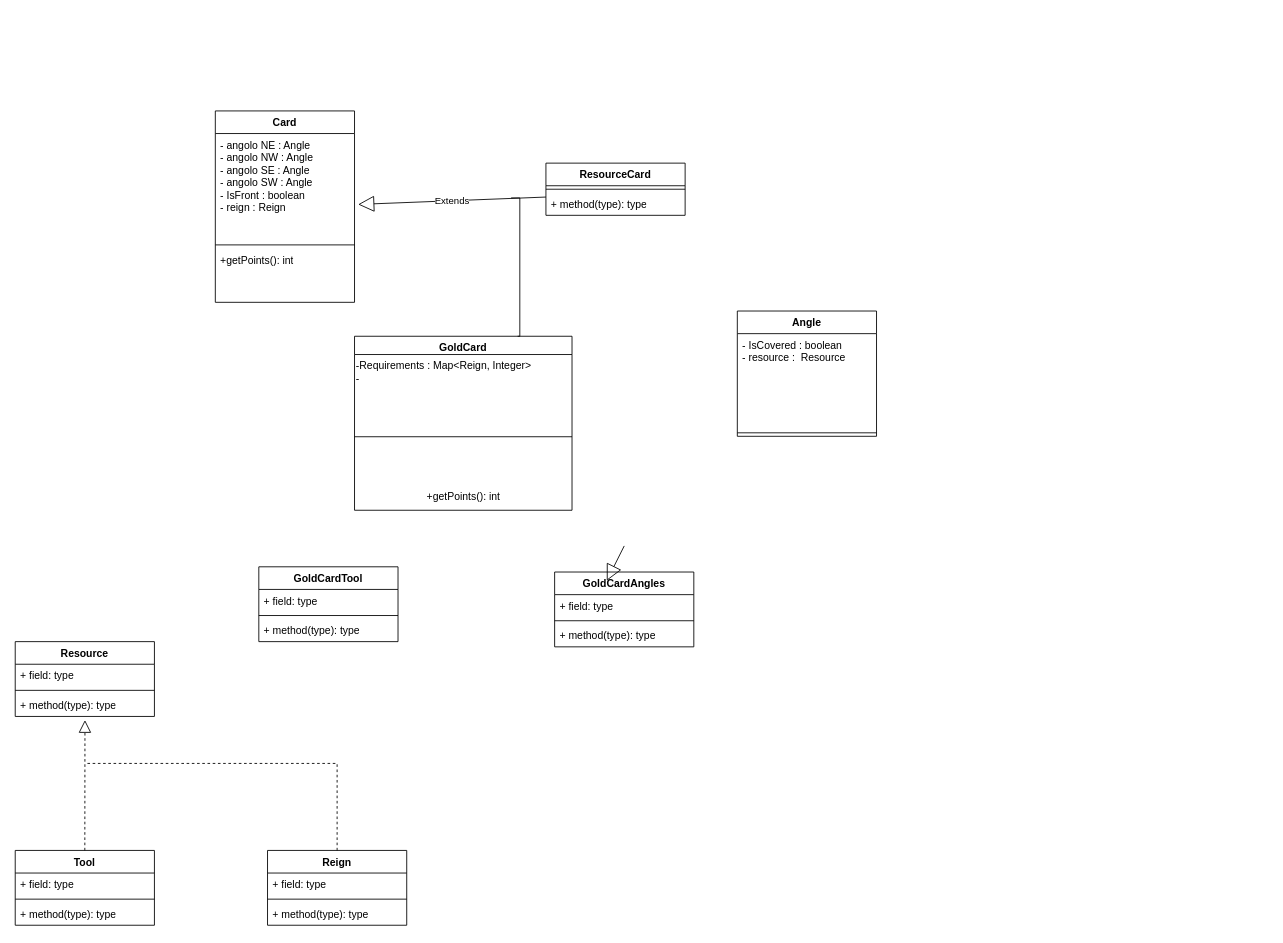
Earlier version of the draw.io diagram Diagramma senza titolo.drawio (MaximilianMangosi/ing-sw-2024-Mangosi-Laguardia-Lapi-Mattina). Source tidied: cells renumbered, new cells numbered last; positions are measured from the earlier drawing's top-left corner, leaving out a move shared by most shapes. Both pictures are drawn from the tidied source at 87%, with x=0, y=0 at pixel (15, 110).
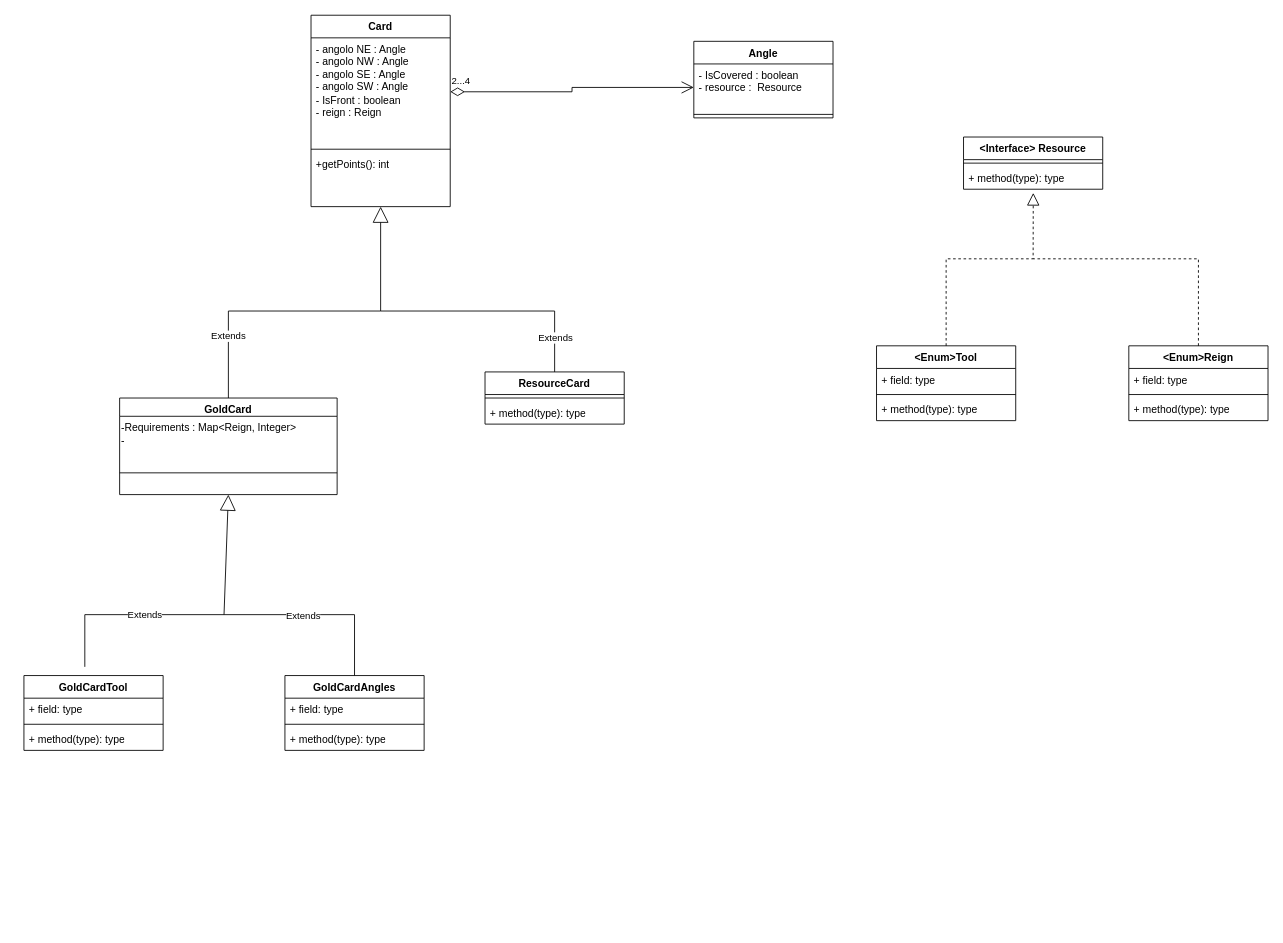
Above is the later version.

The change refers to these unchanged cells:
```xml
<mxCell id="3" value="- angolo NE : Angle&lt;div&gt;- angolo NW : Angle&lt;/div&gt;&lt;div&gt;- angolo SE : Angle&lt;/div&gt;&lt;div&gt;- angolo SW : Angle&lt;/div&gt;&lt;div&gt;- IsFront : boolean&lt;/div&gt;&lt;div&gt;- reign : Reign&lt;/div&gt;&lt;div&gt;&lt;br&gt;&lt;/div&gt;" style="text;strokeColor=none;fillColor=none;align=left;verticalAlign=top;spacingLeft=4;spacingRight=4;overflow=hidden;points=[[0,0.5],[1,0.5]];portConstraint=eastwest;whiteSpace=wrap;html=1;" parent="2" vertex="1">
  <mxGeometry y="26" width="160" height="124" as="geometry" />
</mxCell>
```

The edit, as a diff of the source:
```diff
@@
     <mxCell id="2" value="Card" style="swimlane;fontStyle=1;align=center;verticalAlign=top;horizontal=1;startSize=26;whiteSpace=wrap;html=1;" parent="1" vertex="1">
-      <mxGeometry x="230" width="160" height="220" as="geometry" />
+      <mxGeometry x="340" y="-110" width="160" height="220" as="geometry" />
     </mxCell>
@@
     <mxCell id="6" value="Angle" style="swimlane;fontStyle=1;align=center;verticalAlign=top;horizontal=1;startSize=26;whiteSpace=wrap;html=1;" parent="1" vertex="1">
-      <mxGeometry x="830" y="230" width="160" height="144" as="geometry" />
+      <mxGeometry x="780" y="-80" width="160" height="88" as="geometry" />
     </mxCell>
     <mxCell id="7" value="&lt;div&gt;- IsCovered : boolean&lt;/div&gt;&lt;div&gt;- resource :&amp;nbsp; Resource&lt;/div&gt;&lt;div&gt;&lt;br&gt;&lt;/div&gt;" style="text;strokeColor=none;fillColor=none;align=left;verticalAlign=top;spacingLeft=4;spacingRight=4;overflow=hidden;points=[[0,0.5],[1,0.5]];portConstraint=eastwest;whiteSpace=wrap;html=1;" parent="6" vertex="1">
-      <mxGeometry y="26" width="160" height="110" as="geometry" />
+      <mxGeometry y="26" width="160" height="54" as="geometry" />
     </mxCell>
     <mxCell id="8" style="line;strokeWidth=1;fillColor=none;align=left;verticalAlign=middle;spacingTop=-1;spacingLeft=3;spacingRight=3;labelPosition=right;strokeColor=inherit;" parent="6" vertex="1">
-      <mxGeometry y="136" width="160" height="8" as="geometry" />
+      <mxGeometry y="80" width="160" height="8" as="geometry" />
     </mxCell>
-    <mxCell id="9" value="Resource" style="swimlane;fontStyle=1;align=center;verticalAlign=top;horizontal=1;startSize=26;whiteSpace=wrap;html=1;" parent="1" vertex="1">
-      <mxGeometry y="610" width="160" height="86" as="geometry" />
+    <mxCell id="9" value="&amp;lt;Interface&amp;gt; Resource" style="swimlane;fontStyle=1;align=center;verticalAlign=top;horizontal=1;startSize=26;whiteSpace=wrap;html=1;" parent="1" vertex="1">
+      <mxGeometry x="1090" y="30" width="160" height="60" as="geometry" />
     </mxCell>
-    <mxCell id="10" value="+ field: type" style="text;strokeColor=none;fillColor=none;align=left;verticalAlign=top;spacingLeft=4;spacingRight=4;overflow=hidden;whiteSpace=wrap;html=1;" parent="9" vertex="1">
-      <mxGeometry y="26" width="160" height="26" as="geometry" />
-    </mxCell>
     <mxCell id="11" style="line;strokeWidth=1;fillColor=none;align=left;verticalAlign=middle;spacingTop=-1;spacingLeft=3;spacingRight=3;labelPosition=right;strokeColor=inherit;" parent="9" vertex="1">
-      <mxGeometry y="52" width="160" height="8" as="geometry" />
+      <mxGeometry y="26" width="160" height="8" as="geometry" />
     </mxCell>
     <mxCell id="12" value="+ method(type): type" style="text;strokeColor=none;fillColor=none;align=left;verticalAlign=top;spacingLeft=4;spacingRight=4;overflow=hidden;points=[[0,0.5],[1,0.5]];portConstraint=eastwest;whiteSpace=wrap;html=1;" parent="9" vertex="1">
-      <mxGeometry y="60" width="160" height="26" as="geometry" />
+      <mxGeometry y="34" width="160" height="26" as="geometry" />
     </mxCell>
-    <mxCell id="13" value="Tool" style="swimlane;fontStyle=1;align=center;verticalAlign=top;horizontal=1;startSize=26;whiteSpace=wrap;html=1;" parent="1" vertex="1">
-      <mxGeometry y="850" width="160" height="86" as="geometry" />
+    <mxCell id="13" value="&amp;lt;Enum&amp;gt;Tool" style="swimlane;fontStyle=1;align=center;verticalAlign=top;horizontal=1;startSize=26;whiteSpace=wrap;html=1;" parent="1" vertex="1">
+      <mxGeometry x="990" y="270" width="160" height="86" as="geometry" />
     </mxCell>
@@
     <mxCell id="17" style="endArrow=block;dashed=1;endFill=0;endSize=12;html=1;rounded=0;entryX=0.501;entryY=1.162;entryDx=0;entryDy=0;entryPerimeter=0;exitX=0.5;exitY=0;exitDx=0;exitDy=0;" parent="1" edge="1" source="13" target="12">
-      <mxGeometry relative="1" as="geometry" />
+      <mxGeometry relative="1" as="geometry">
+        <Array as="points">
+          <mxPoint x="1070" y="170" />
+          <mxPoint x="1170" y="170" />
+        </Array>
+      </mxGeometry>
     </mxCell>
-    <mxCell id="18" value="Reign" style="swimlane;fontStyle=1;align=center;verticalAlign=top;horizontal=1;startSize=26;whiteSpace=wrap;html=1;" parent="1" vertex="1">
-      <mxGeometry x="290" y="850" width="160" height="86" as="geometry" />
+    <mxCell id="18" value="&amp;lt;Enum&amp;gt;Reign" style="swimlane;fontStyle=1;align=center;verticalAlign=top;horizontal=1;startSize=26;whiteSpace=wrap;html=1;" parent="1" vertex="1">
+      <mxGeometry x="1280" y="270" width="160" height="86" as="geometry" />
     </mxCell>
@@
     <mxCell id="22" value="GoldCard" style="swimlane;fontStyle=1;align=center;verticalAlign=top;horizontal=1;startSize=21;whiteSpace=wrap;html=1;" parent="1" vertex="1">
-      <mxGeometry x="390" y="259" width="250" height="200" as="geometry" />
+      <mxGeometry x="120" y="330" width="250" height="111" as="geometry" />
     </mxCell>
@@
     <mxCell id="24" style="line;strokeWidth=1;fillColor=none;align=left;verticalAlign=middle;spacingTop=-1;spacingLeft=3;spacingRight=3;labelPosition=right;strokeColor=inherit;" parent="22" vertex="1">
-      <mxGeometry y="61" width="250" height="109" as="geometry" />
+      <mxGeometry y="61" width="250" height="50" as="geometry" />
     </mxCell>
-    <mxCell id="25" value="+getPoints(): int" style="text;html=1;align=center;verticalAlign=middle;strokeColor=none;fillColor=none;" parent="22" vertex="1">
-      <mxGeometry y="170" width="250" height="30" as="geometry" />
-    </mxCell>
     <mxCell id="26" value="ResourceCard" style="swimlane;fontStyle=1;align=center;verticalAlign=top;horizontal=1;startSize=26;whiteSpace=wrap;html=1;" parent="1" vertex="1">
-      <mxGeometry x="610" y="60" width="160" height="60" as="geometry" />
+      <mxGeometry x="540" y="300" width="160" height="60" as="geometry" />
     </mxCell>
@@
-    <mxCell id="29" value="Extends" style="endArrow=block;endSize=16;endFill=0;html=1;rounded=0;entryX=1.026;entryY=0.657;entryDx=0;entryDy=0;entryPerimeter=0;exitX=0;exitY=0.5;exitDx=0;exitDy=0;" parent="1" edge="1" target="3">
-      <mxGeometry relative="1" as="geometry">
-        <mxPoint x="610" y="99" as="sourcePoint" />
+    <mxCell id="29" value="Extends" style="endArrow=block;endSize=16;endFill=0;html=1;rounded=0;entryX=0.5;entryY=1;entryDx=0;entryDy=0;exitX=0.5;exitY=0;exitDx=0;exitDy=0;" parent="1" edge="1" source="22" target="2">
+      <mxGeometry x="-0.64" relative="1" as="geometry">
+        <Array as="points">
+          <mxPoint x="245" y="230" />
+          <mxPoint x="420" y="230" />
+        </Array>
       </mxGeometry>
     </mxCell>
-    <mxCell id="30" style="endArrow=none;html=1;edgeStyle=orthogonalEdgeStyle;rounded=0;entryX=0.75;entryY=0;entryDx=0;entryDy=0;" parent="1" edge="1" target="22">
-      <mxGeometry relative="1" as="geometry">
-        <mxPoint x="570" y="100" as="sourcePoint" />
-        <Array as="points">
-          <mxPoint x="580" y="100" />
-          <mxPoint x="580" y="259" />
-        </Array>
-      </mxGeometry>
-    </mxCell>
     <mxCell id="31" style="endArrow=none;dashed=1;html=1;rounded=0;exitX=0.5;exitY=0;exitDx=0;exitDy=0;" parent="1" edge="1" source="18">
       <mxGeometry relative="1" as="geometry">
-        <mxPoint x="80" y="750" as="targetPoint" />
+        <mxPoint x="1170" y="170" as="targetPoint" />
         <Array as="points">
-          <mxPoint x="370" y="750" />
+          <mxPoint x="1360" y="170" />
         </Array>
       </mxGeometry>
     </mxCell>
     <mxCell id="32" value="GoldCardTool" style="swimlane;fontStyle=1;align=center;verticalAlign=top;horizontal=1;startSize=26;whiteSpace=wrap;html=1;" parent="1" vertex="1">
-      <mxGeometry x="280" y="524" width="160" height="86" as="geometry" />
+      <mxGeometry x="10" y="649" width="160" height="86" as="geometry" />
     </mxCell>
@@
     <mxCell id="36" value="GoldCardAngles" style="swimlane;fontStyle=1;align=center;verticalAlign=top;horizontal=1;startSize=26;whiteSpace=wrap;html=1;" parent="1" vertex="1">
-      <mxGeometry x="620" y="530" width="160" height="86" as="geometry" />
+      <mxGeometry x="310" y="649" width="160" height="86" as="geometry" />
     </mxCell>
@@
-    <mxCell id="40" style="endArrow=block;endSize=16;endFill=0;html=1;rounded=0;entryX=0.516;entryY=1.067;entryDx=0;entryDy=0;entryPerimeter=0;" parent="1" edge="1">
-      <mxGeometry x="0.24" y="35" relative="1" as="geometry">
-        <mxPoint x="700" y="500" as="sourcePoint" />
-        <mxPoint x="680" y="540" as="targetPoint" />
-      </mxGeometry>
-    </mxCell>
+    <mxCell id="41" style="endArrow=none;html=1;rounded=0;entryX=0.5;entryY=0;entryDx=0;entryDy=0;" parent="1" edge="1" target="26">
+      <mxGeometry relative="1" as="geometry">
+        <mxPoint x="420" y="230" as="sourcePoint" />
+        <Array as="points">
+          <mxPoint x="620" y="230" />
+        </Array>
+      </mxGeometry>
+    </mxCell>
+    <mxCell id="42" value="Extends" style="edgeLabel;html=1;align=center;verticalAlign=middle;" parent="41" vertex="1">
+      <mxGeometry x="0.32" y="-2" relative="1" as="geometry">
+        <mxPoint x="22" y="28" as="offset" />
+      </mxGeometry>
+    </mxCell>
+    <mxCell id="43" value="Extends" style="endArrow=block;endSize=16;endFill=0;html=1;rounded=0;entryX=0.5;entryY=1;entryDx=0;entryDy=0;" parent="1" edge="1" target="22">
+      <mxGeometry x="-0.28" relative="1" as="geometry">
+        <mxPoint x="80" y="639" as="sourcePoint" />
+        <Array as="points">
+          <mxPoint x="80" y="579" />
+          <mxPoint x="240" y="579" />
+        </Array>
+      </mxGeometry>
+    </mxCell>
+    <mxCell id="44" style="endArrow=none;html=1;rounded=0;entryX=0.5;entryY=0;entryDx=0;entryDy=0;" parent="1" edge="1" target="36">
+      <mxGeometry relative="1" as="geometry">
+        <mxPoint x="240" y="579" as="sourcePoint" />
+        <Array as="points">
+          <mxPoint x="390" y="579" />
+        </Array>
+      </mxGeometry>
+    </mxCell>
+    <mxCell id="45" value="&lt;div&gt;Extends&lt;/div&gt;" style="edgeLabel;html=1;align=center;verticalAlign=middle;" parent="44" vertex="1">
+      <mxGeometry x="-0.32" y="-2" relative="1" as="geometry">
+        <mxPoint x="15" y="-2" as="offset" />
+      </mxGeometry>
+    </mxCell>
+    <mxCell id="46" value="2...4" style="endArrow=open;html=1;endSize=12;startArrow=diamondThin;startSize=14;startFill=0;edgeStyle=orthogonalEdgeStyle;align=left;verticalAlign=bottom;rounded=0;exitX=1;exitY=0.5;exitDx=0;exitDy=0;entryX=0;entryY=0.5;entryDx=0;entryDy=0;" parent="1" edge="1" source="3" target="7">
+      <mxGeometry x="-1" y="3" relative="1" as="geometry" />
+    </mxCell>
```
